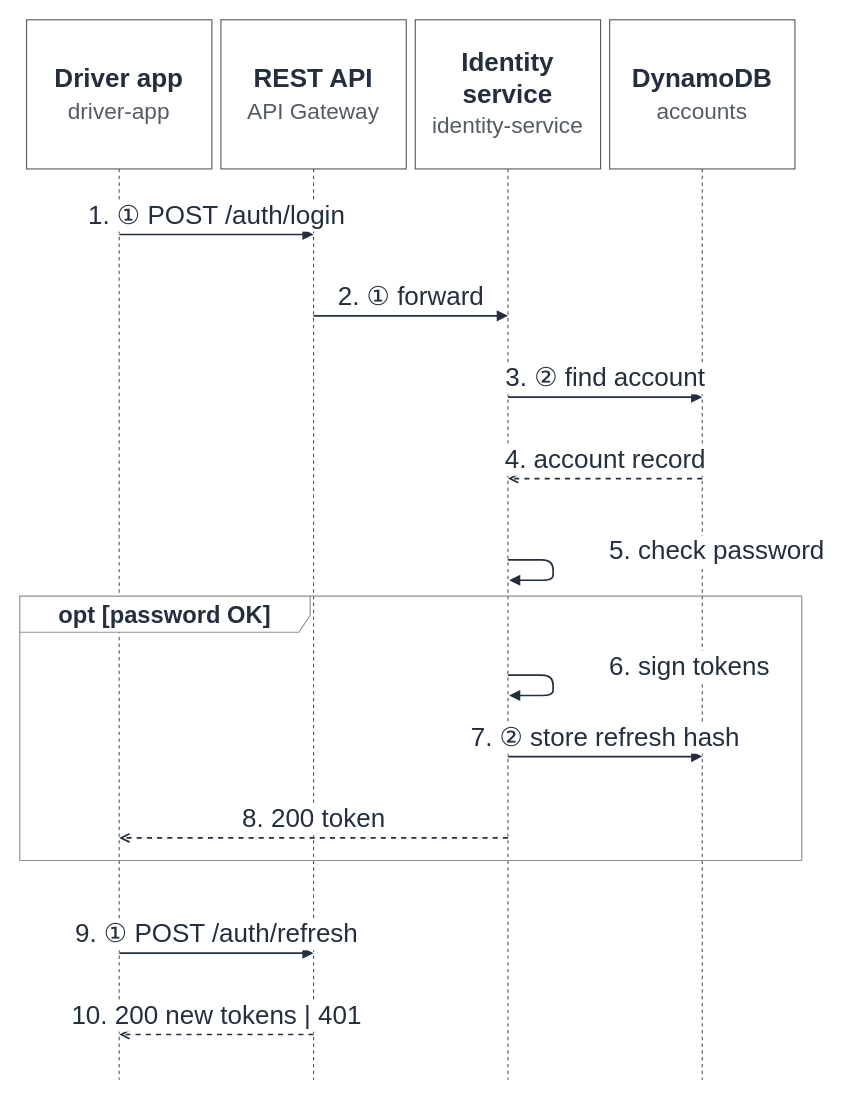
This is page "S1 Login" (1 of 7) of docs/diagrams/H4_sequences_en.drawio from nexgenspeak-max/AI-Powered-Driver-Assistant, a draw.io file, before an edit. Source tidied: cells renumbered, new cells numbered last; positions are measured from the earlier drawing's top-left corner, leaving out a move shared by most shapes. Both pictures are drawn from the tidied source at 113%, with x=0, y=0 at pixel (19, 19).
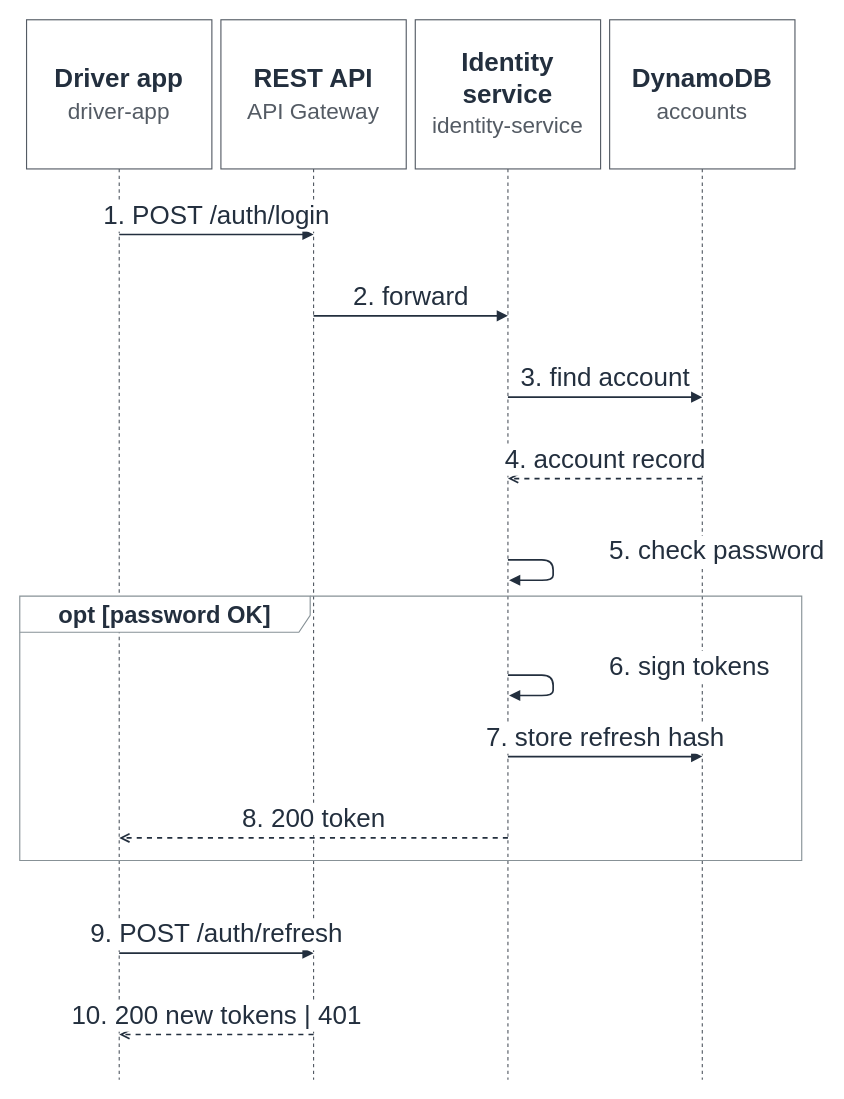
Above is the later version.

The edit, as a diff of the source:
```diff
@@
-    <mxCell id="6" value="1. ① POST /auth/login" style="html=1;verticalAlign=bottom;endArrow=block;endFill=1;strokeColor=#232F3E;strokeWidth=1.5;fontSize=23;fontColor=#232F3E;labelBackgroundColor=#FFFFFF;fontFamily=Helvetica;" parent="1" edge="1">
+    <mxCell id="6" value="1. POST /auth/login" style="html=1;verticalAlign=bottom;endArrow=block;endFill=1;strokeColor=#232F3E;strokeWidth=1.5;fontSize=23;fontColor=#232F3E;labelBackgroundColor=#FFFFFF;fontFamily=Helvetica;" parent="1" edge="1">
       <mxGeometry relative="1" as="geometry">
         <mxPoint x="88" y="190" as="sourcePoint" />
         <mxPoint x="260" y="190" as="targetPoint" />
       </mxGeometry>
     </mxCell>
-    <mxCell id="7" value="2. ① forward" style="html=1;verticalAlign=bottom;endArrow=block;endFill=1;strokeColor=#232F3E;strokeWidth=1.5;fontSize=23;fontColor=#232F3E;labelBackgroundColor=#FFFFFF;fontFamily=Helvetica;" parent="1" edge="1">
+    <mxCell id="7" value="2. forward" style="html=1;verticalAlign=bottom;endArrow=block;endFill=1;strokeColor=#232F3E;strokeWidth=1.5;fontSize=23;fontColor=#232F3E;labelBackgroundColor=#FFFFFF;fontFamily=Helvetica;" parent="1" edge="1">
       <mxGeometry relative="1" as="geometry">
         <mxPoint x="260" y="262" as="sourcePoint" />
         <mxPoint x="432" y="262" as="targetPoint" />
       </mxGeometry>
     </mxCell>
-    <mxCell id="8" value="3. ② find account" style="html=1;verticalAlign=bottom;endArrow=block;endFill=1;strokeColor=#232F3E;strokeWidth=1.5;fontSize=23;fontColor=#232F3E;labelBackgroundColor=#FFFFFF;fontFamily=Helvetica;" parent="1" edge="1">
+    <mxCell id="8" value="3. find account" style="html=1;verticalAlign=bottom;endArrow=block;endFill=1;strokeColor=#232F3E;strokeWidth=1.5;fontSize=23;fontColor=#232F3E;labelBackgroundColor=#FFFFFF;fontFamily=Helvetica;" parent="1" edge="1">
       <mxGeometry relative="1" as="geometry">
         <mxPoint x="432" y="334" as="sourcePoint" />
         <mxPoint x="604" y="334" as="targetPoint" />
       </mxGeometry>
     </mxCell>
@@
-    <mxCell id="12" value="7. ② store refresh hash" style="html=1;verticalAlign=bottom;endArrow=block;endFill=1;strokeColor=#232F3E;strokeWidth=1.5;fontSize=23;fontColor=#232F3E;labelBackgroundColor=#FFFFFF;fontFamily=Helvetica;" parent="1" edge="1">
+    <mxCell id="12" value="7. store refresh hash" style="html=1;verticalAlign=bottom;endArrow=block;endFill=1;strokeColor=#232F3E;strokeWidth=1.5;fontSize=23;fontColor=#232F3E;labelBackgroundColor=#FFFFFF;fontFamily=Helvetica;" parent="1" edge="1">
       <mxGeometry relative="1" as="geometry">
         <mxPoint x="432" y="652" as="sourcePoint" />
         <mxPoint x="604" y="652" as="targetPoint" />
       </mxGeometry>
     </mxCell>
@@
-    <mxCell id="14" value="9. ① POST /auth/refresh" style="html=1;verticalAlign=bottom;endArrow=block;endFill=1;strokeColor=#232F3E;strokeWidth=1.5;fontSize=23;fontColor=#232F3E;labelBackgroundColor=#FFFFFF;fontFamily=Helvetica;" parent="1" edge="1">
+    <mxCell id="14" value="9. POST /auth/refresh" style="html=1;verticalAlign=bottom;endArrow=block;endFill=1;strokeColor=#232F3E;strokeWidth=1.5;fontSize=23;fontColor=#232F3E;labelBackgroundColor=#FFFFFF;fontFamily=Helvetica;" parent="1" edge="1">
       <mxGeometry relative="1" as="geometry">
         <mxPoint x="88" y="826" as="sourcePoint" />
         <mxPoint x="260" y="826" as="targetPoint" />
       </mxGeometry>
     </mxCell>
```
